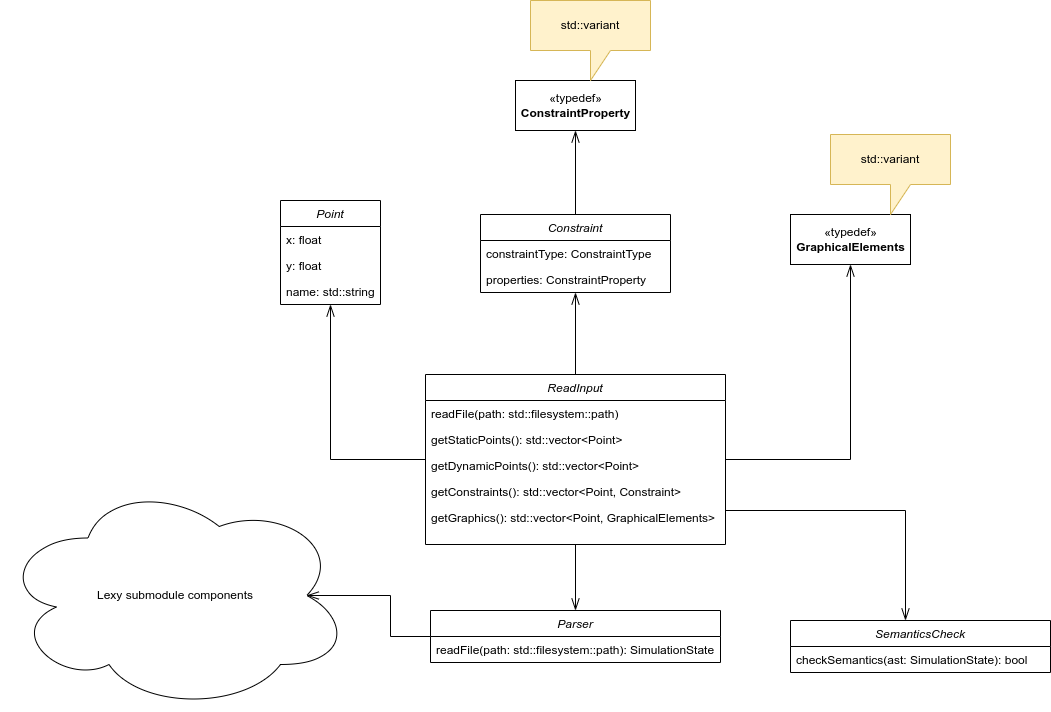
EmmanuelMess/ConstraintBasedSimulator keeps this draw.io diagram as design/diagrams/class/input reader class diagram.png. Above is the earlier version. Source tidied: cells renumbered, new cells last; positions are measured from the earlier drawing's top-left corner, leaving out a move shared by most shapes. Source of this version:
```xml
<mxGraphModel>
  <root>
    <mxCell id="0" />
    <mxCell id="1" parent="0" />
    <mxCell id="2" style="edgeStyle=orthogonalEdgeStyle;rounded=0;jettySize=auto;html=1;endSize=10;endArrow=openThin;endFill=0;" parent="1" edge="1" source="6" target="12">
      <mxGeometry relative="1" as="geometry" />
    </mxCell>
    <mxCell id="3" style="edgeStyle=orthogonalEdgeStyle;rounded=0;jettySize=auto;html=1;endSize=10;endArrow=openThin;endFill=0;" parent="1" edge="1" source="6" target="17">
      <mxGeometry relative="1" as="geometry" />
    </mxCell>
    <mxCell id="4" style="edgeStyle=orthogonalEdgeStyle;rounded=0;jettySize=auto;html=1;endSize=10;endArrow=openThin;endFill=0;" parent="1" edge="1" source="6" target="20">
      <mxGeometry relative="1" as="geometry" />
    </mxCell>
    <mxCell id="5" style="edgeStyle=orthogonalEdgeStyle;rounded=0;jettySize=auto;html=1;endArrow=openThin;endFill=0;endSize=10;" parent="1" edge="1" source="6" target="26">
      <mxGeometry relative="1" as="geometry" />
    </mxCell>
    <mxCell id="6" value="ReadInput" style="swimlane;fontStyle=2;align=center;verticalAlign=top;horizontal=1;startSize=26;rounded=0;shadow=0;strokeWidth=1;" parent="1" vertex="1">
      <mxGeometry x="425" y="374" width="300" height="170" as="geometry" />
    </mxCell>
    <mxCell id="7" value="readFile(path: std::filesystem::path)" style="text;align=left;verticalAlign=top;spacingLeft=4;spacingRight=4;overflow=hidden;" parent="6" vertex="1">
      <mxGeometry y="26" width="300" height="26" as="geometry" />
    </mxCell>
    <mxCell id="8" value="getStaticPoints(): std::vector&lt;Point&gt;" style="text;align=left;verticalAlign=top;spacingLeft=4;spacingRight=4;overflow=hidden;rounded=0;shadow=0;html=0;" parent="6" vertex="1">
      <mxGeometry y="52" width="300" height="26" as="geometry" />
    </mxCell>
    <mxCell id="9" value="getDynamicPoints(): std::vector&lt;Point&gt;" style="text;align=left;verticalAlign=top;spacingLeft=4;spacingRight=4;overflow=hidden;rounded=0;shadow=0;html=0;" parent="6" vertex="1">
      <mxGeometry y="78" width="300" height="26" as="geometry" />
    </mxCell>
    <mxCell id="10" value="getConstraints(): std::vector&lt;Point, Constraint&gt;" style="text;align=left;verticalAlign=top;spacingLeft=4;spacingRight=4;overflow=hidden;rounded=0;shadow=0;html=0;" parent="6" vertex="1">
      <mxGeometry y="104" width="300" height="26" as="geometry" />
    </mxCell>
    <mxCell id="11" value="getGraphics(): std::vector&lt;Point, GraphicalElements&gt;" style="text;align=left;verticalAlign=top;spacingLeft=4;spacingRight=4;overflow=hidden;rounded=0;shadow=0;html=0;" parent="6" vertex="1">
      <mxGeometry y="130" width="300" height="26" as="geometry" />
    </mxCell>
    <mxCell id="12" value="Point" style="swimlane;fontStyle=2;align=center;verticalAlign=top;horizontal=1;startSize=26;rounded=0;shadow=0;strokeWidth=1;" parent="1" vertex="1">
      <mxGeometry x="280" y="200" width="100" height="104" as="geometry" />
    </mxCell>
    <mxCell id="13" value="x: float" style="text;align=left;verticalAlign=top;spacingLeft=4;spacingRight=4;overflow=hidden;rounded=0;shadow=0;html=0;" parent="12" vertex="1">
      <mxGeometry y="26" width="100" height="26" as="geometry" />
    </mxCell>
    <mxCell id="14" value="y: float" style="text;align=left;verticalAlign=top;spacingLeft=4;spacingRight=4;overflow=hidden;rounded=0;shadow=0;html=0;" parent="12" vertex="1">
      <mxGeometry y="52" width="100" height="26" as="geometry" />
    </mxCell>
    <mxCell id="15" value="name: std::string" style="text;align=left;verticalAlign=top;spacingLeft=4;spacingRight=4;overflow=hidden;rounded=0;shadow=0;html=0;" parent="12" vertex="1">
      <mxGeometry y="78" width="100" height="26" as="geometry" />
    </mxCell>
    <mxCell id="16" style="edgeStyle=orthogonalEdgeStyle;rounded=0;jettySize=auto;html=1;endArrow=openThin;endFill=0;endSize=10;" parent="1" edge="1" source="17" target="21">
      <mxGeometry relative="1" as="geometry" />
    </mxCell>
    <mxCell id="17" value="Constraint" style="swimlane;fontStyle=2;align=center;verticalAlign=top;horizontal=1;startSize=26;rounded=0;shadow=0;strokeWidth=1;" parent="1" vertex="1">
      <mxGeometry x="480" y="214" width="190" height="78" as="geometry" />
    </mxCell>
    <mxCell id="18" value="constraintType: ConstraintType" style="text;align=left;verticalAlign=top;spacingLeft=4;spacingRight=4;overflow=hidden;rounded=0;shadow=0;html=0;" parent="17" vertex="1">
      <mxGeometry y="26" width="190" height="26" as="geometry" />
    </mxCell>
    <mxCell id="19" value="properties: ConstraintProperty" style="text;align=left;verticalAlign=top;spacingLeft=4;spacingRight=4;overflow=hidden;rounded=0;shadow=0;html=0;" parent="17" vertex="1">
      <mxGeometry y="52" width="190" height="26" as="geometry" />
    </mxCell>
    <mxCell id="20" value="«typedef»&lt;br&gt;&lt;b&gt;GraphicalElements&lt;/b&gt;" style="html=1;" parent="1" vertex="1">
      <mxGeometry x="790" y="214" width="120" height="50" as="geometry" />
    </mxCell>
    <mxCell id="21" value="«typedef»&lt;br&gt;&lt;b&gt;ConstraintProperty&lt;/b&gt;" style="html=1;" parent="1" vertex="1">
      <mxGeometry x="515" y="80" width="120" height="50" as="geometry" />
    </mxCell>
    <mxCell id="22" value="std::variant" style="shape=callout;whiteSpace=wrap;html=1;perimeter=calloutPerimeter;fillColor=#fff2cc;strokeColor=#d6b656;" parent="1" vertex="1">
      <mxGeometry x="530" width="120" height="80" as="geometry" />
    </mxCell>
    <mxCell id="23" value="std::variant" style="shape=callout;whiteSpace=wrap;html=1;perimeter=calloutPerimeter;fillColor=#fff2cc;strokeColor=#d6b656;" parent="1" vertex="1">
      <mxGeometry x="830" y="134" width="120" height="80" as="geometry" />
    </mxCell>
    <mxCell id="24" value="Lexy submodule components" style="ellipse;shape=cloud;whiteSpace=wrap;html=1;" parent="1" vertex="1">
      <mxGeometry y="480" width="350" height="230" as="geometry" />
    </mxCell>
    <mxCell id="25" style="edgeStyle=orthogonalEdgeStyle;rounded=0;jettySize=auto;html=1;endArrow=openThin;endFill=0;endSize=10;entryX=0.875;entryY=0.5;entryDx=0;entryDy=0;entryPerimeter=0;" parent="1" edge="1" source="26" target="24">
      <mxGeometry relative="1" as="geometry" />
    </mxCell>
    <mxCell id="26" value="Parser" style="swimlane;fontStyle=2;align=center;verticalAlign=top;horizontal=1;startSize=26;rounded=0;shadow=0;strokeWidth=1;" parent="1" vertex="1">
      <mxGeometry x="430" y="610" width="290" height="52" as="geometry" />
    </mxCell>
    <mxCell id="27" value="readFile(path: std::filesystem::path): SimulationState" style="text;align=left;verticalAlign=top;spacingLeft=4;spacingRight=4;overflow=hidden;rounded=0;shadow=0;html=0;" parent="26" vertex="1">
      <mxGeometry y="26" width="290" height="26" as="geometry" />
    </mxCell>
    <mxCell id="28" value="SemanticsCheck" style="swimlane;fontStyle=2;align=center;verticalAlign=top;horizontal=1;startSize=26;rounded=0;shadow=0;strokeWidth=1;" parent="1" vertex="1">
      <mxGeometry x="790" y="620" width="260" height="52" as="geometry" />
    </mxCell>
    <mxCell id="29" value="checkSemantics(ast: SimulationState): bool" style="text;align=left;verticalAlign=top;spacingLeft=4;spacingRight=4;overflow=hidden;rounded=0;shadow=0;html=0;" parent="28" vertex="1">
      <mxGeometry y="26" width="260" height="26" as="geometry" />
    </mxCell>
    <mxCell id="30" style="edgeStyle=orthogonalEdgeStyle;rounded=0;jettySize=auto;html=1;endArrow=openThin;endFill=0;endSize=10;" parent="1" edge="1" source="6" target="28">
      <mxGeometry relative="1" as="geometry">
        <Array as="points">
          <mxPoint x="905" y="510" />
        </Array>
      </mxGeometry>
    </mxCell>
  </root>
</mxGraphModel>
```
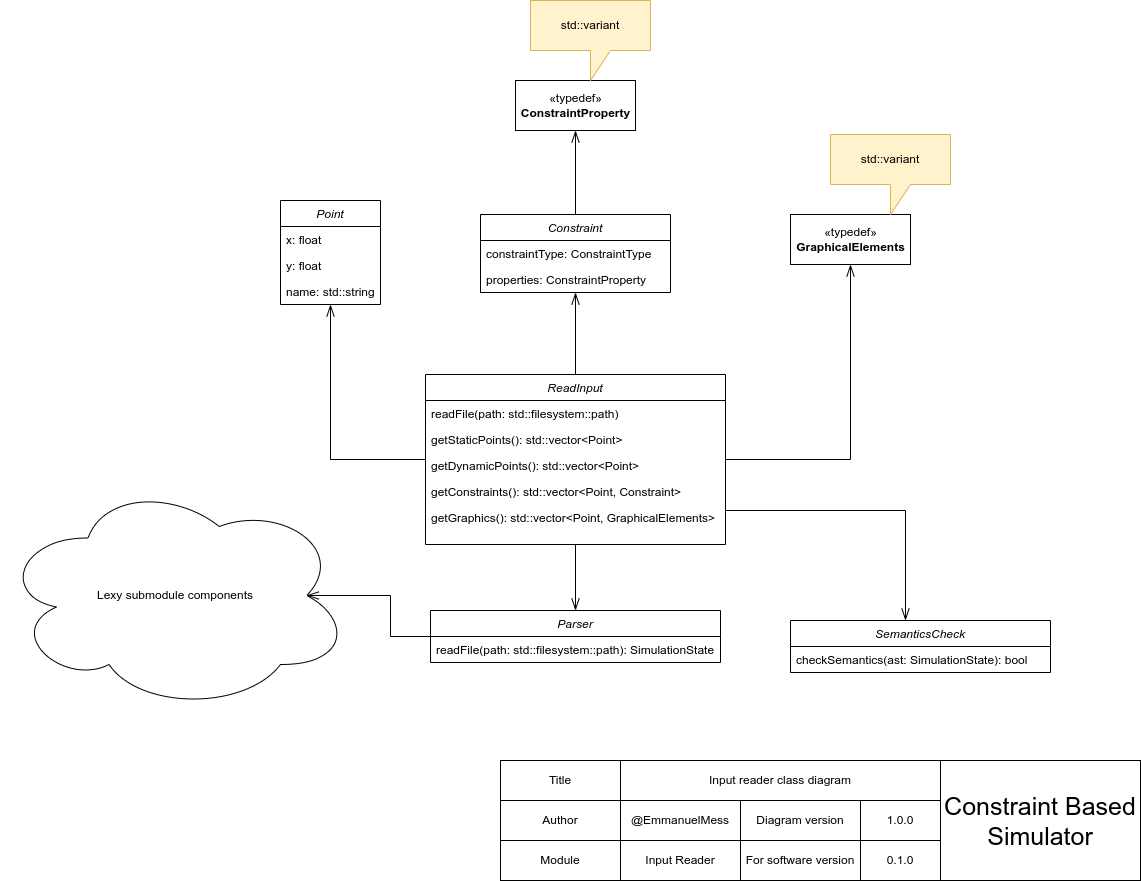
After the commit.

Diff of the diagram source:
```diff
@@ -93,5 +93,38 @@
         </Array>
       </mxGeometry>
     </mxCell>
+    <mxCell id="31" value="Title" style="rounded=0;whiteSpace=wrap;html=1;" parent="1" vertex="1">
+      <mxGeometry x="500" y="760" width="120" height="40" as="geometry" />
+    </mxCell>
+    <mxCell id="32" value="Input reader class diagram" style="rounded=0;whiteSpace=wrap;html=1;" parent="1" vertex="1">
+      <mxGeometry x="620" y="760" width="320" height="40" as="geometry" />
+    </mxCell>
+    <mxCell id="33" value="Module" style="rounded=0;whiteSpace=wrap;html=1;" parent="1" vertex="1">
+      <mxGeometry x="500" y="840" width="120" height="40" as="geometry" />
+    </mxCell>
+    <mxCell id="34" value="Author" style="rounded=0;whiteSpace=wrap;html=1;" parent="1" vertex="1">
+      <mxGeometry x="500" y="800" width="120" height="40" as="geometry" />
+    </mxCell>
+    <mxCell id="35" value="@EmmanuelMess" style="rounded=0;whiteSpace=wrap;html=1;" parent="1" vertex="1">
+      <mxGeometry x="620" y="800" width="120" height="40" as="geometry" />
+    </mxCell>
+    <mxCell id="36" value="Input Reader" style="rounded=0;whiteSpace=wrap;html=1;" parent="1" vertex="1">
+      <mxGeometry x="620" y="840" width="120" height="40" as="geometry" />
+    </mxCell>
+    <mxCell id="37" value="Diagram version" style="rounded=0;whiteSpace=wrap;html=1;" parent="1" vertex="1">
+      <mxGeometry x="740" y="800" width="120" height="40" as="geometry" />
+    </mxCell>
+    <mxCell id="38" value="&lt;font style=&quot;font-size: 25px;&quot;&gt;Constraint Based Simulator&lt;/font&gt;" style="rounded=0;whiteSpace=wrap;html=1;" parent="1" vertex="1">
+      <mxGeometry x="940" y="760" width="200" height="120" as="geometry" />
+    </mxCell>
+    <mxCell id="39" value="1.0.0" style="rounded=0;whiteSpace=wrap;html=1;" parent="1" vertex="1">
+      <mxGeometry x="860" y="800" width="80" height="40" as="geometry" />
+    </mxCell>
+    <mxCell id="40" value="For software version" style="rounded=0;whiteSpace=wrap;html=1;" parent="1" vertex="1">
+      <mxGeometry x="740" y="840" width="120" height="40" as="geometry" />
+    </mxCell>
+    <mxCell id="41" value="0.1.0" style="rounded=0;whiteSpace=wrap;html=1;" parent="1" vertex="1">
+      <mxGeometry x="860" y="840" width="80" height="40" as="geometry" />
+    </mxCell>
   </root>
 </mxGraphModel>
```
